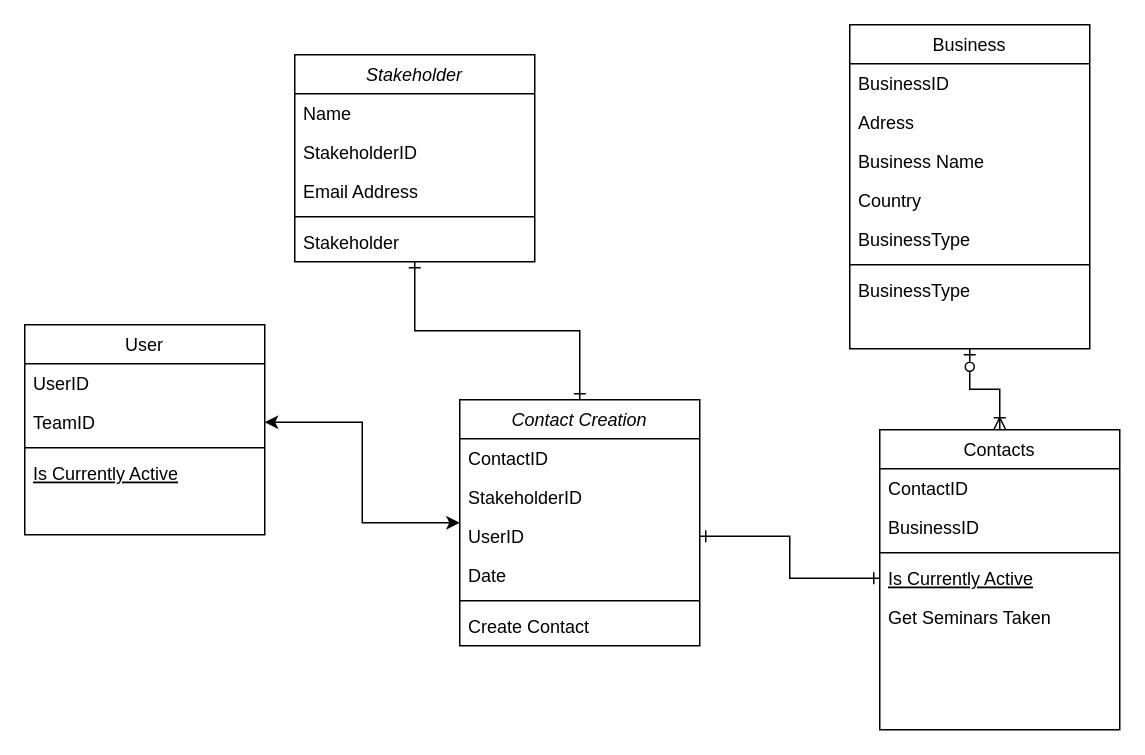
This is C188 Class Diagram.drawio from smithevanb/smithevanb, a draw.io file, before an edit. Source tidied: cells renumbered, new cells numbered last; positions are measured from the earlier drawing's top-left corner, leaving out a move shared by most shapes. Both pictures are drawn from the tidied source at 150%, with x=0, y=0 at pixel (24, 24).
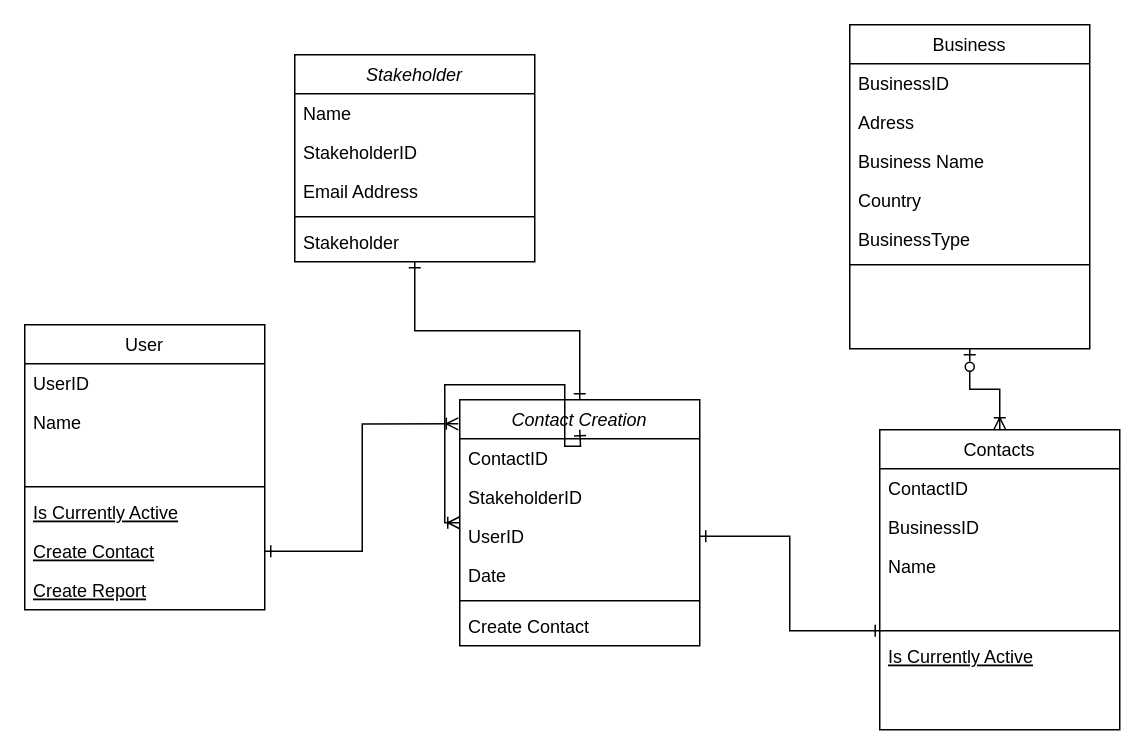
After the change.

The change refers to these unchanged cells:
```xml
<mxCell id="14" value="Business" style="swimlane;fontStyle=0;align=center;verticalAlign=top;horizontal=1;startSize=26;rounded=0;shadow=0;strokeWidth=1;" parent="1" vertex="1">
  <mxGeometry x="550" width="160" height="216" as="geometry" />
</mxCell>
<mxCell id="22" value="Contacts" style="swimlane;fontStyle=0;align=center;verticalAlign=top;horizontal=1;startSize=26;rounded=0;shadow=0;strokeWidth=1;" parent="1" vertex="1">
  <mxGeometry x="570" y="270" width="160" height="200" as="geometry" />
</mxCell>
<mxCell id="30" value="Contact Creation" style="swimlane;fontStyle=2;align=center;verticalAlign=top;horizontal=1;startSize=26;rounded=0;shadow=0;strokeWidth=1;" parent="1" vertex="1">
  <mxGeometry x="290" y="250" width="160" height="164" as="geometry" />
</mxCell>
<mxCell id="33" value="UserID" style="text;align=left;verticalAlign=top;spacingLeft=4;spacingRight=4;overflow=hidden;points=[[0,0.5],[1,0.5]];portConstraint=eastwest;rounded=0;shadow=0;html=0;" parent="30" vertex="1">
  <mxGeometry y="78" width="160" height="26" as="geometry" />
</mxCell>
```

Change to the diagram source:
```diff
@@
     <mxCell id="8" value="User" style="swimlane;fontStyle=0;align=center;verticalAlign=top;horizontal=1;startSize=26;rounded=0;shadow=0;strokeWidth=1;" parent="1" vertex="1">
-      <mxGeometry y="200" width="160" height="140" as="geometry" />
+      <mxGeometry y="200" width="160" height="190" as="geometry" />
     </mxCell>
@@
-    <mxCell id="10" value="TeamID" style="text;align=left;verticalAlign=top;spacingLeft=4;spacingRight=4;overflow=hidden;points=[[0,0.5],[1,0.5]];portConstraint=eastwest;rounded=0;shadow=0;html=0;" parent="8" vertex="1">
-      <mxGeometry y="52" width="160" height="26" as="geometry" />
-    </mxCell>
+    <mxCell id="38" value="Name" style="text;align=left;verticalAlign=top;spacingLeft=4;spacingRight=4;overflow=hidden;rounded=0;shadow=0;html=0;" parent="8" vertex="1">
+      <mxGeometry y="52" width="160" height="26" as="geometry" />
+    </mxCell>
+    <mxCell id="39" style="text;align=left;verticalAlign=top;spacingLeft=4;spacingRight=4;overflow=hidden;rounded=0;shadow=0;html=0;" parent="8" vertex="1">
+      <mxGeometry y="78" width="160" height="26" as="geometry" />
+    </mxCell>
     <mxCell id="11" style="line;html=1;strokeWidth=1;align=left;verticalAlign=middle;spacingTop=-1;spacingLeft=3;spacingRight=3;labelPosition=right;" parent="8" vertex="1">
-      <mxGeometry y="78" width="160" height="8" as="geometry" />
+      <mxGeometry y="104" width="160" height="8" as="geometry" />
     </mxCell>
     <mxCell id="12" value="Is Currently Active" style="text;align=left;verticalAlign=top;spacingLeft=4;spacingRight=4;overflow=hidden;fontStyle=4;" parent="8" vertex="1">
-      <mxGeometry y="86" width="160" height="26" as="geometry" />
+      <mxGeometry y="112" width="160" height="26" as="geometry" />
     </mxCell>
+    <mxCell id="40" value="Create Contact" style="text;align=left;verticalAlign=top;spacingLeft=4;spacingRight=4;overflow=hidden;points=[[0,0.5],[1,0.5]];portConstraint=eastwest;fontStyle=4;" parent="8" vertex="1">
+      <mxGeometry y="138" width="160" height="26" as="geometry" />
+    </mxCell>
+    <mxCell id="41" value="Create Report" style="text;align=left;verticalAlign=top;spacingLeft=4;spacingRight=4;overflow=hidden;fontStyle=4;" parent="8" vertex="1">
+      <mxGeometry y="164" width="160" height="26" as="geometry" />
+    </mxCell>
@@
-    <mxCell id="21" value="BusinessType" style="text;align=left;verticalAlign=top;spacingLeft=4;spacingRight=4;overflow=hidden;rounded=0;shadow=0;html=0;" parent="14" vertex="1">
-      <mxGeometry y="164" width="160" height="26" as="geometry" />
-    </mxCell>
@@
+    <mxCell id="42" value="Name" style="text;align=left;verticalAlign=top;spacingLeft=4;spacingRight=4;overflow=hidden;rounded=0;shadow=0;html=0;" parent="22" vertex="1">
+      <mxGeometry y="78" width="160" height="26" as="geometry" />
+    </mxCell>
+    <mxCell id="43" style="text;align=left;verticalAlign=top;spacingLeft=4;spacingRight=4;overflow=hidden;rounded=0;shadow=0;html=0;" parent="22" vertex="1">
+      <mxGeometry y="104" width="160" height="26" as="geometry" />
+    </mxCell>
     <mxCell id="25" style="line;html=1;strokeWidth=1;align=left;verticalAlign=middle;spacingTop=-1;spacingLeft=3;spacingRight=3;labelPosition=right;points=[];portConstraint=eastwest;" parent="22" vertex="1">
-      <mxGeometry y="78" width="160" height="8" as="geometry" />
+      <mxGeometry y="130" width="160" height="8" as="geometry" />
     </mxCell>
     <mxCell id="26" value="Is Currently Active" style="text;align=left;verticalAlign=top;spacingLeft=4;spacingRight=4;overflow=hidden;points=[[0,0.5],[1,0.5]];portConstraint=eastwest;fontStyle=4;" parent="22" vertex="1">
-      <mxGeometry y="86" width="160" height="26" as="geometry" />
+      <mxGeometry y="138" width="160" height="26" as="geometry" />
     </mxCell>
-    <mxCell id="27" value="Get Seminars Taken" style="text;align=left;verticalAlign=top;spacingLeft=4;spacingRight=4;overflow=hidden;" parent="22" vertex="1">
-      <mxGeometry y="112" width="160" height="26" as="geometry" />
-    </mxCell>
@@
-    <mxCell id="29" style="endArrow=ERone;startArrow=ERone;html=1;rounded=0;exitX=1;exitY=0.5;exitDx=0;exitDy=0;edgeStyle=orthogonalEdgeStyle;entryX=0;entryY=0.5;entryDx=0;entryDy=0;startFill=0;endFill=0;" parent="1" edge="1" source="33" target="26">
+    <mxCell id="29" style="endArrow=ERone;startArrow=ERone;html=1;rounded=0;exitX=1;exitY=0.5;exitDx=0;exitDy=0;edgeStyle=orthogonalEdgeStyle;entryX=0.006;entryY=0.5;entryDx=0;entryDy=0;startFill=0;endFill=0;entryPerimeter=0;" parent="1" edge="1" source="33" target="25">
       <mxGeometry relative="1" as="geometry" />
     </mxCell>
@@
-    <mxCell id="37" style="endArrow=classic;startArrow=classic;html=1;rounded=0;entryX=0;entryY=0.5;entryDx=0;entryDy=0;edgeStyle=orthogonalEdgeStyle;exitX=1;exitY=0.5;exitDx=0;exitDy=0;" parent="1" edge="1" source="10" target="30">
-      <mxGeometry relative="1" as="geometry" />
+    <mxCell id="37" style="endArrow=ERoneToMany;startArrow=ERone;html=1;rounded=0;entryX=0;entryY=0.5;entryDx=0;entryDy=0;edgeStyle=orthogonalEdgeStyle;exitX=1;exitY=0.5;exitDx=0;exitDy=0;startFill=0;endFill=0;" parent="1" edge="1" target="30">
+      <mxGeometry relative="1" as="geometry">
+        <mxPoint x="370" y="270" as="sourcePoint" />
+      </mxGeometry>
     </mxCell>
+    <mxCell id="44" style="endArrow=ERoneToMany;startArrow=ERone;html=1;rounded=0;entryX=-0.006;entryY=0.098;entryDx=0;entryDy=0;edgeStyle=orthogonalEdgeStyle;entryPerimeter=0;endFill=0;startFill=0;" parent="1" edge="1" source="40" target="30">
+      <mxGeometry relative="1" as="geometry" />
+    </mxCell>
```
